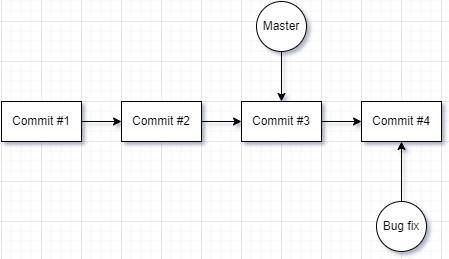
The draw.io diagram Assets/images/git-branch.png in braboj/tutorial-git, before a commit. Source tidied: cells renumbered, new cells last; positions are measured from the earlier drawing's top-left corner, leaving out a move shared by most shapes.
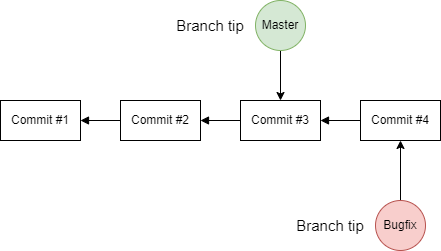
Later version of the same file.

Change to the diagram source:
```diff
@@ -2,19 +2,19 @@
   <root>
     <mxCell id="0" />
     <mxCell id="1" parent="0" />
-    <mxCell id="2" style="edgeStyle=orthogonalEdgeStyle;rounded=0;jettySize=auto;html=1;entryX=0;entryY=0.5;entryDx=0;entryDy=0;" parent="1" edge="1" source="3" target="5">
+    <mxCell id="2" style="edgeStyle=orthogonalEdgeStyle;rounded=0;jettySize=auto;html=1;entryX=0;entryY=0.5;entryDx=0;entryDy=0;startArrow=block;startFill=1;endArrow=none;endFill=0;" parent="1" edge="1" source="3" target="5">
       <mxGeometry relative="1" as="geometry" />
     </mxCell>
     <mxCell id="3" value="Commit #1" style="rounded=0;whiteSpace=wrap;html=1;" parent="1" vertex="1">
       <mxGeometry y="100" width="80" height="40" as="geometry" />
     </mxCell>
-    <mxCell id="4" style="edgeStyle=orthogonalEdgeStyle;rounded=0;jettySize=auto;html=1;" parent="1" edge="1" source="5" target="7">
+    <mxCell id="4" style="edgeStyle=orthogonalEdgeStyle;rounded=0;jettySize=auto;html=1;startArrow=block;startFill=1;endArrow=none;endFill=0;" parent="1" edge="1" source="5" target="7">
       <mxGeometry relative="1" as="geometry" />
     </mxCell>
     <mxCell id="5" value="Commit #2" style="rounded=0;whiteSpace=wrap;html=1;" parent="1" vertex="1">
       <mxGeometry x="120" y="100" width="80" height="40" as="geometry" />
     </mxCell>
-    <mxCell id="6" style="edgeStyle=orthogonalEdgeStyle;rounded=0;jettySize=auto;html=1;entryX=0;entryY=0.5;entryDx=0;entryDy=0;" parent="1" edge="1" source="7" target="10">
+    <mxCell id="6" style="edgeStyle=orthogonalEdgeStyle;rounded=0;jettySize=auto;html=1;entryX=0;entryY=0.5;entryDx=0;entryDy=0;startArrow=block;startFill=1;endArrow=none;endFill=0;" parent="1" edge="1" source="7" target="10">
       <mxGeometry relative="1" as="geometry" />
     </mxCell>
     <mxCell id="7" value="Commit #3" style="rounded=0;whiteSpace=wrap;html=1;" parent="1" vertex="1">
@@ -23,7 +23,7 @@
     <mxCell id="8" style="edgeStyle=orthogonalEdgeStyle;rounded=0;jettySize=auto;html=1;entryX=0.5;entryY=0;entryDx=0;entryDy=0;" parent="1" edge="1" source="9" target="7">
       <mxGeometry relative="1" as="geometry" />
     </mxCell>
-    <mxCell id="9" value="Master" style="ellipse;whiteSpace=wrap;html=1;" parent="1" vertex="1">
+    <mxCell id="9" value="Master" style="ellipse;whiteSpace=wrap;html=1;fillColor=#d5e8d4;strokeColor=#82b366;" parent="1" vertex="1">
       <mxGeometry x="255" width="50" height="50" as="geometry" />
     </mxCell>
     <mxCell id="10" value="Commit #4" style="rounded=0;whiteSpace=wrap;html=1;" parent="1" vertex="1">
@@ -32,8 +32,14 @@
     <mxCell id="11" style="edgeStyle=orthogonalEdgeStyle;rounded=0;jettySize=auto;html=1;entryX=0.5;entryY=1;entryDx=0;entryDy=0;" parent="1" edge="1" source="12" target="10">
       <mxGeometry relative="1" as="geometry" />
     </mxCell>
-    <mxCell id="12" value="Bug fix" style="ellipse;whiteSpace=wrap;html=1;" parent="1" vertex="1">
+    <mxCell id="12" value="Bugfix" style="ellipse;whiteSpace=wrap;html=1;fillColor=#f8cecc;strokeColor=#b85450;" parent="1" vertex="1">
       <mxGeometry x="375" y="200" width="50" height="50" as="geometry" />
     </mxCell>
+    <mxCell id="13" value="Branch tip" style="text;html=1;strokeColor=none;fillColor=none;align=center;verticalAlign=middle;whiteSpace=wrap;rounded=0;sketch=1;fontFamily=Helvetica;fontSize=15;" parent="1" vertex="1">
+      <mxGeometry x="170" y="10" width="80" height="30" as="geometry" />
+    </mxCell>
+    <mxCell id="14" value="Branch tip" style="text;html=1;strokeColor=none;fillColor=none;align=center;verticalAlign=middle;whiteSpace=wrap;rounded=0;sketch=1;fontFamily=Helvetica;fontSize=15;" parent="1" vertex="1">
+      <mxGeometry x="290" y="210" width="80" height="30" as="geometry" />
+    </mxCell>
   </root>
 </mxGraphModel>
```
